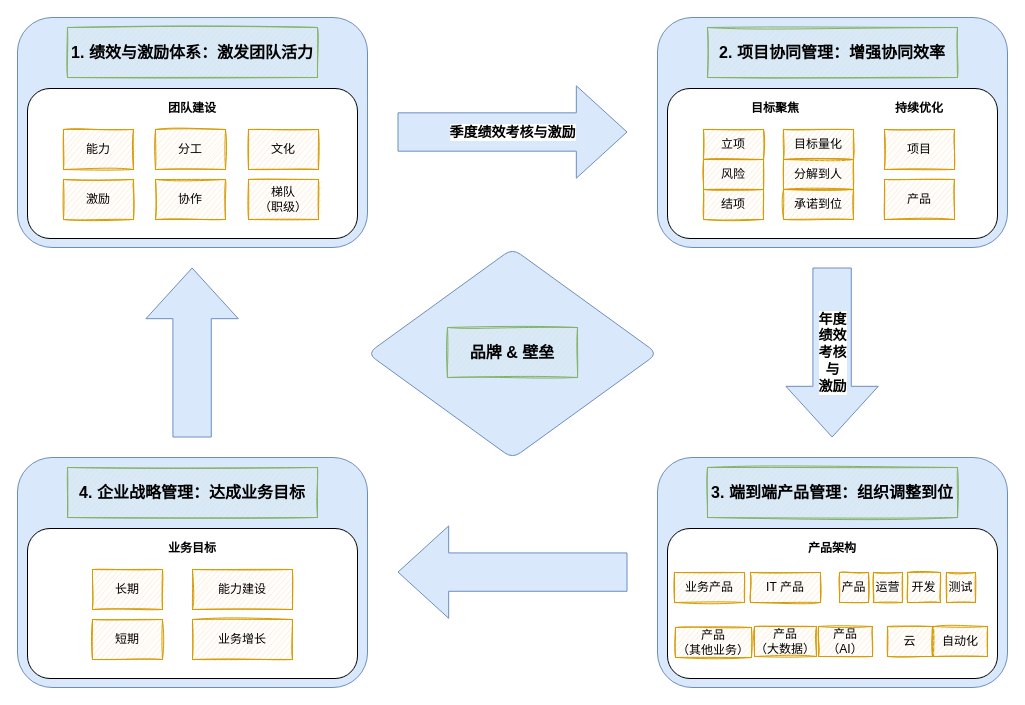
Before: 企业IT能力建设的增长飞轮.drawio in GeekKwok/UML, a draw.io diagram. Source tidied: cells renumbered, new cells numbered last; positions are measured from the earlier drawing's top-left corner, leaving out a move shared by most shapes. Both pictures are drawn from the tidied source at 100%, with x=0, y=0 at pixel (17, 17).
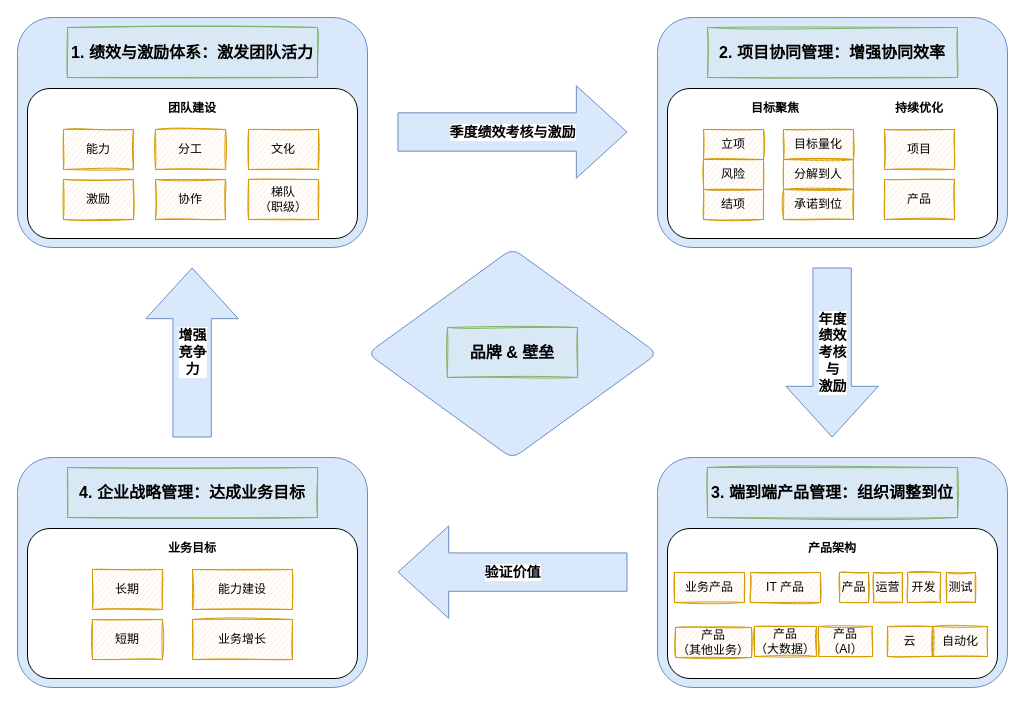
The same diagram, later.

Commit message:
Update 企业IT能力建设的增长飞轮.drawio

Change to the diagram source:
```diff
@@
-    <mxCell id="12" style="shape=flexArrow;endArrow=classic;html=1;width=38.333333333333336;endSize=16.558333333333334;endWidth=53.05555555555556;fillColor=#dae8fc;strokeColor=#6c8ebf;verticalAlign=middle;" parent="1" edge="1">
+    <mxCell id="12" value="&lt;font style=&quot;font-size: 14px&quot;&gt;&lt;b&gt;增强&lt;br&gt;竞争&lt;br&gt;力&lt;/b&gt;&lt;/font&gt;" style="shape=flexArrow;endArrow=classic;html=1;width=38.333333333333336;endSize=16.558333333333334;endWidth=53.05555555555556;fillColor=#dae8fc;strokeColor=#6c8ebf;verticalAlign=middle;" parent="1" edge="1">
       <mxGeometry relative="1" as="geometry">
         <mxPoint x="174.6" y="420" as="sourcePoint" />
         <mxPoint x="174.6" y="250" as="targetPoint" />
       </mxGeometry>
     </mxCell>
-    <mxCell id="13" style="shape=flexArrow;endArrow=classic;html=1;width=38.333333333333336;endSize=16.558333333333334;endWidth=53.05555555555556;fillColor=#dae8fc;strokeColor=#6c8ebf;" parent="1" edge="1">
+    <mxCell id="13" value="&lt;font style=&quot;font-size: 14px&quot;&gt;&lt;b&gt;验证价值&lt;/b&gt;&lt;/font&gt;" style="shape=flexArrow;endArrow=classic;html=1;width=38.333333333333336;endSize=16.558333333333334;endWidth=53.05555555555556;fillColor=#dae8fc;strokeColor=#6c8ebf;" parent="1" edge="1">
       <mxGeometry relative="1" as="geometry">
         <mxPoint x="610" y="554.6" as="sourcePoint" />
         <mxPoint x="380" y="554.6" as="targetPoint" />
       </mxGeometry>
     </mxCell>
```
